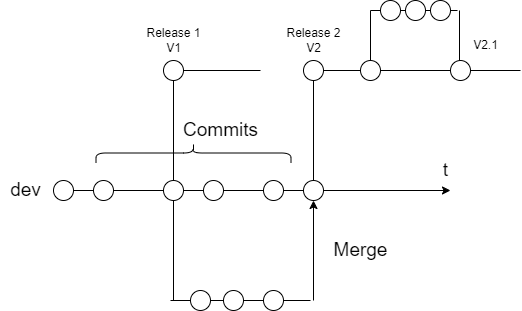
Flo090/sw_developer_2023 keeps this draw.io diagram as doc/images/branches.drawio.png. Above is the earlier version. Source tidied: cells renumbered, new cells last; positions are measured from the earlier drawing's top-left corner, leaving out a move shared by most shapes.
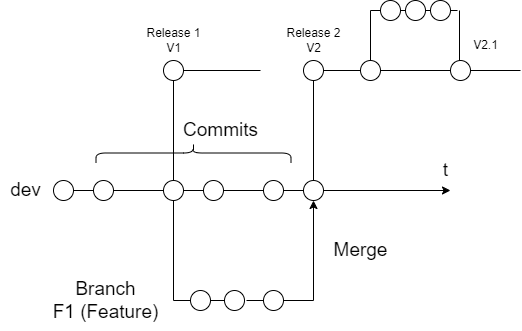
Later version of the same file.

What changed in the source:
```diff
@@ -56,14 +56,16 @@
         <mxPoint x="173" y="300" as="sourcePoint" />
       </mxGeometry>
     </mxCell>
-    <mxCell id="18" style="endArrow=none;html=1;fontSize=19;startArrow=none;" parent="1" edge="1" source="22">
+    <mxCell id="18" style="endArrow=none;html=1;fontSize=19;startArrow=none;" parent="1" edge="1">
       <mxGeometry relative="1" as="geometry">
-        <mxPoint x="310" y="300" as="targetPoint" />
+        <mxPoint x="246" y="300" as="sourcePoint" />
+        <mxPoint x="313" y="300" as="targetPoint" />
       </mxGeometry>
     </mxCell>
-    <mxCell id="19" style="endArrow=none;html=1;fontSize=19;startArrow=none;" parent="1" edge="1" target="20">
+    <mxCell id="19" style="endArrow=none;html=1;fontSize=19;startArrow=none;" parent="1" edge="1">
       <mxGeometry relative="1" as="geometry">
-        <mxPoint x="170" y="300" as="sourcePoint" />
+        <mxPoint x="173" y="300" as="sourcePoint" />
+        <mxPoint x="193" y="300" as="targetPoint" />
       </mxGeometry>
     </mxCell>
     <mxCell id="20" style="ellipse;whiteSpace=wrap;html=1;" parent="1" vertex="1">
@@ -73,7 +75,7 @@
       <mxGeometry relative="1" as="geometry" />
     </mxCell>
     <mxCell id="22" style="ellipse;whiteSpace=wrap;html=1;" parent="1" vertex="1">
-      <mxGeometry x="223" y="290" width="20" height="20" as="geometry" />
+      <mxGeometry x="224" y="290" width="20" height="20" as="geometry" />
     </mxCell>
     <mxCell id="23" style="ellipse;whiteSpace=wrap;html=1;" parent="1" vertex="1">
       <mxGeometry x="263" y="290" width="20" height="20" as="geometry" />
@@ -166,5 +168,8 @@
     <mxCell id="45" value="V2.1" style="text;html=1;align=center;verticalAlign=middle;strokeColor=none;fillColor=none;" parent="1" vertex="1">
       <mxGeometry x="460" y="30" width="50" height="30" as="geometry" />
     </mxCell>
+    <mxCell id="46" value="Branch&lt;br&gt;F1 (Feature)" style="text;html=1;align=center;verticalAlign=middle;strokeColor=none;fillColor=none;fontSize=19;" parent="1" vertex="1">
+      <mxGeometry x="40" y="270" width="130" height="60" as="geometry" />
+    </mxCell>
   </root>
 </mxGraphModel>
```
